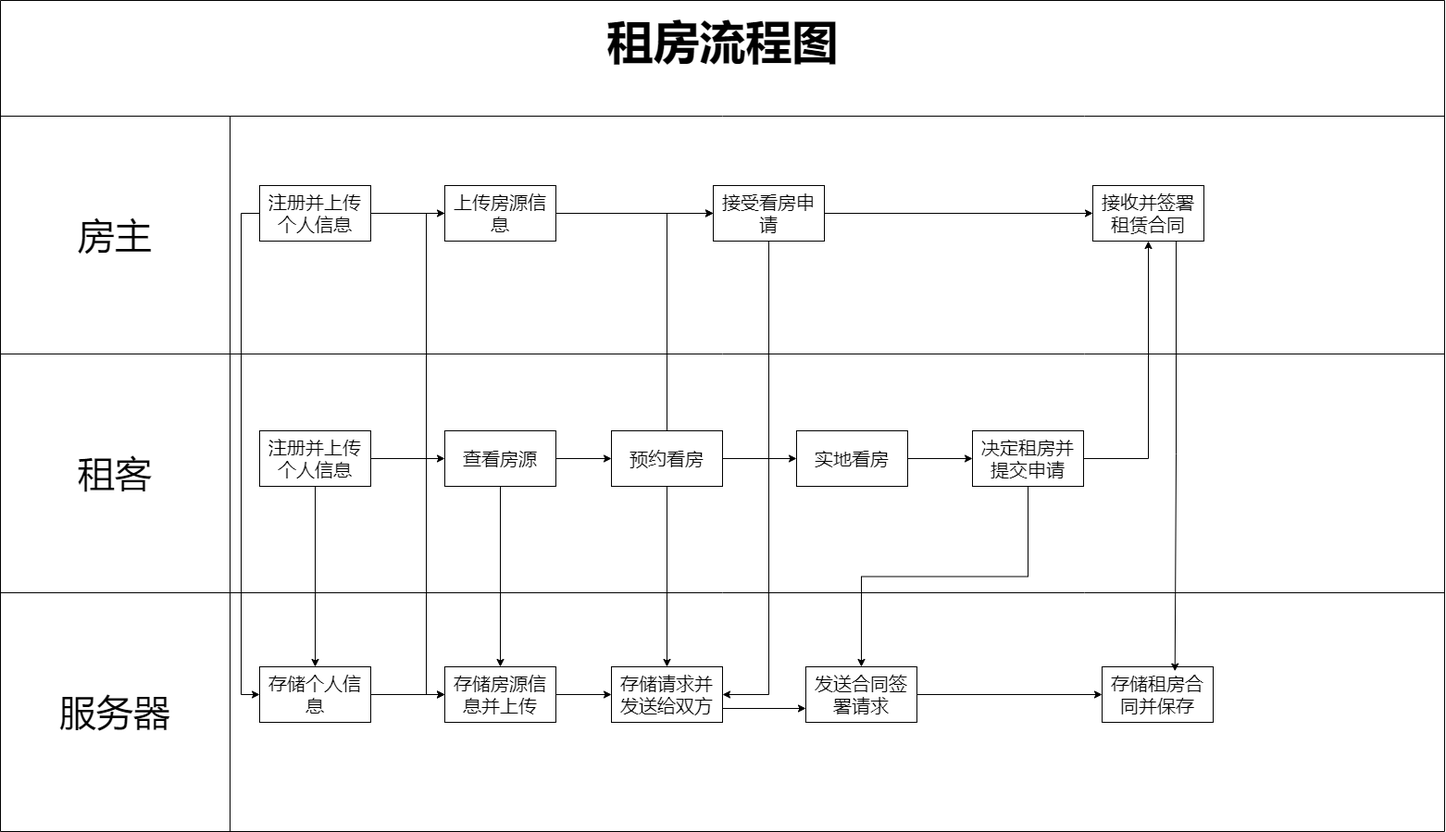
Before: Plans/租房流程图.png, a diagram exported from draw.io (1228785484/RentHouseThing). Source tidied: cells renumbered, new cells last; positions are measured from the earlier drawing's top-left corner, leaving out a move shared by most shapes.
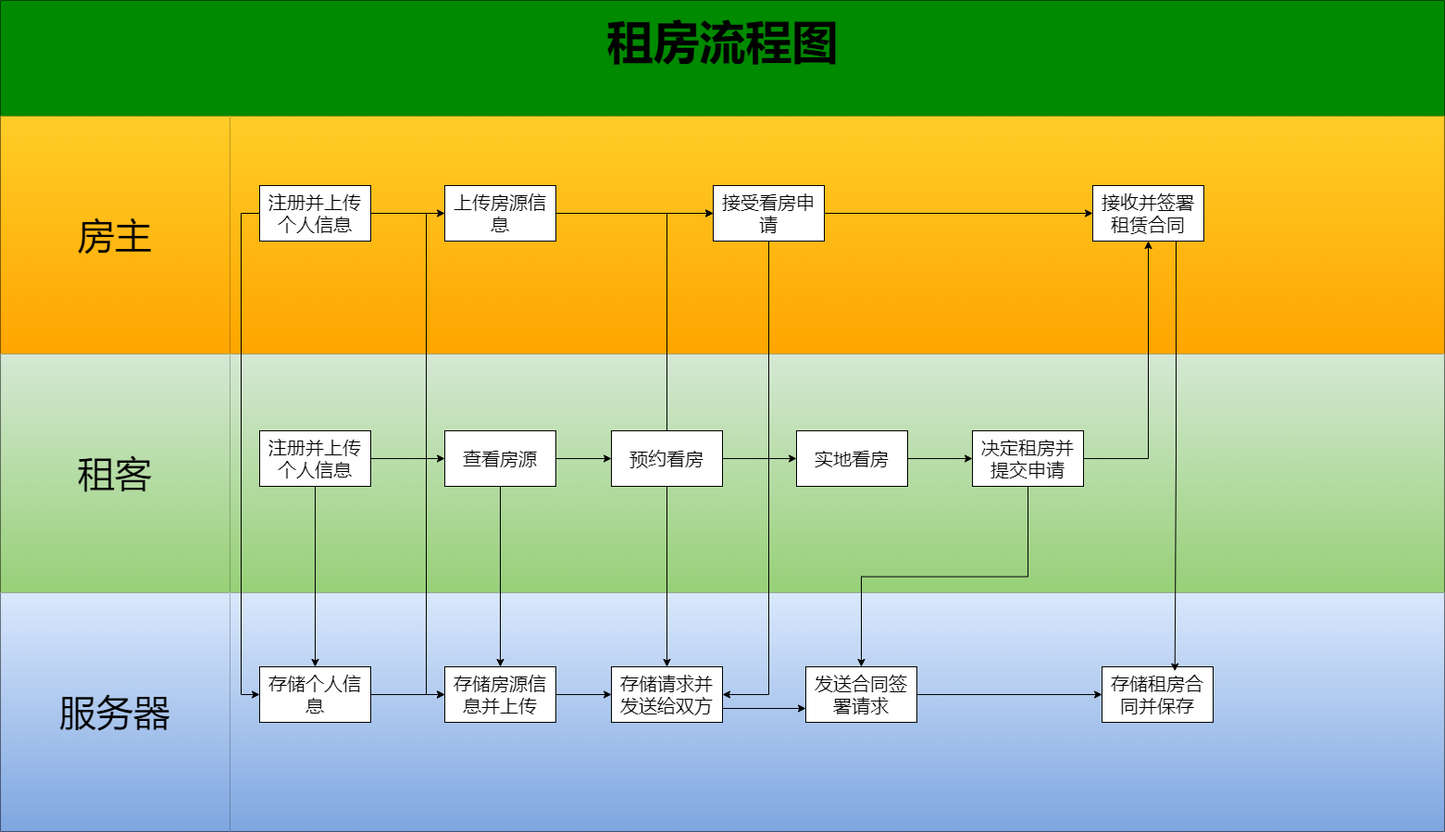
After the change.

Commit message:
租房流程图.png

The edit, as a diff of the source:
```diff
@@ -8,34 +8,34 @@
     <mxCell id="3" style="shape=tableRow;horizontal=0;startSize=0;swimlaneHead=0;swimlaneBody=0;strokeColor=inherit;top=0;left=0;bottom=0;right=0;fillColor=none;" parent="2" vertex="1">
       <mxGeometry width="1560" height="125" as="geometry" />
     </mxCell>
-    <mxCell id="4" style="shape=partialRectangle;html=1;whiteSpace=wrap;strokeColor=inherit;overflow=hidden;fillColor=none;top=0;left=0;bottom=0;right=0;rowspan=1;colspan=4;" parent="3" vertex="1">
+    <mxCell id="4" style="shape=partialRectangle;html=1;whiteSpace=wrap;strokeColor=#005700;overflow=hidden;fillColor=#008a00;top=0;left=0;bottom=0;right=0;rowspan=1;colspan=4;fontColor=#ffffff;" parent="3" vertex="1">
       <mxGeometry width="1560" height="125" as="geometry" />
     </mxCell>
     <mxCell id="5" style="shape=tableRow;horizontal=0;startSize=0;swimlaneHead=0;swimlaneBody=0;strokeColor=inherit;top=0;left=0;bottom=0;right=0;fillColor=none;" parent="2" vertex="1">
       <mxGeometry y="125" width="1560" height="257" as="geometry" />
     </mxCell>
-    <mxCell id="6" value="&lt;font style=&quot;font-size: 40px;&quot;&gt;房主&lt;/font&gt;" style="shape=partialRectangle;html=1;whiteSpace=wrap;strokeColor=inherit;overflow=hidden;fillColor=none;top=0;left=0;bottom=0;right=0;" parent="5" vertex="1">
+    <mxCell id="6" value="&lt;font style=&quot;font-size: 40px;&quot;&gt;房主&lt;/font&gt;" style="shape=partialRectangle;html=1;whiteSpace=wrap;strokeColor=#d79b00;overflow=hidden;fillColor=#ffcd28;top=0;left=0;bottom=0;right=0;gradientColor=#ffa500;" parent="5" vertex="1">
       <mxGeometry width="248" height="257" as="geometry" />
     </mxCell>
-    <mxCell id="7" style="shape=partialRectangle;html=1;whiteSpace=wrap;strokeColor=inherit;overflow=hidden;fillColor=none;top=0;left=0;bottom=0;right=0;rowspan=1;colspan=3;" parent="5" vertex="1">
+    <mxCell id="7" style="shape=partialRectangle;html=1;whiteSpace=wrap;strokeColor=#d79b00;overflow=hidden;fillColor=#ffcd28;top=0;left=0;bottom=0;right=0;rowspan=1;colspan=3;gradientColor=#ffa500;" parent="5" vertex="1">
       <mxGeometry x="248" width="1312" height="257" as="geometry" />
     </mxCell>
     <mxCell id="8" style="shape=tableRow;horizontal=0;startSize=0;swimlaneHead=0;swimlaneBody=0;strokeColor=inherit;top=0;left=0;bottom=0;right=0;fillColor=none;" parent="2" vertex="1">
       <mxGeometry y="382" width="1560" height="258" as="geometry" />
     </mxCell>
-    <mxCell id="9" value="&lt;font style=&quot;font-size: 40px;&quot;&gt;租客&lt;/font&gt;" style="shape=partialRectangle;html=1;whiteSpace=wrap;strokeColor=inherit;overflow=hidden;fillColor=none;top=0;left=0;bottom=0;right=0;" parent="8" vertex="1">
+    <mxCell id="9" value="&lt;font style=&quot;font-size: 40px;&quot;&gt;租客&lt;/font&gt;" style="shape=partialRectangle;html=1;whiteSpace=wrap;strokeColor=#82b366;overflow=hidden;fillColor=#d5e8d4;top=0;left=0;bottom=0;right=0;gradientColor=#97d077;" parent="8" vertex="1">
       <mxGeometry width="248" height="258" as="geometry" />
     </mxCell>
-    <mxCell id="10" style="shape=partialRectangle;html=1;whiteSpace=wrap;strokeColor=inherit;overflow=hidden;fillColor=none;top=0;left=0;bottom=0;right=0;rowspan=1;colspan=3;" parent="8" vertex="1">
+    <mxCell id="10" style="shape=partialRectangle;html=1;whiteSpace=wrap;strokeColor=#82b366;overflow=hidden;fillColor=#d5e8d4;top=0;left=0;bottom=0;right=0;rowspan=1;colspan=3;gradientColor=#97d077;" parent="8" vertex="1">
       <mxGeometry x="248" width="1312" height="258" as="geometry" />
     </mxCell>
     <mxCell id="11" style="shape=tableRow;horizontal=0;startSize=0;swimlaneHead=0;swimlaneBody=0;strokeColor=inherit;top=0;left=0;bottom=0;right=0;fillColor=none;" parent="2" vertex="1">
       <mxGeometry y="640" width="1560" height="258" as="geometry" />
     </mxCell>
-    <mxCell id="12" value="&lt;span style=&quot;font-size: 40px;&quot;&gt;服务器&lt;/span&gt;" style="shape=partialRectangle;html=1;whiteSpace=wrap;strokeColor=inherit;overflow=hidden;fillColor=none;top=0;left=0;bottom=0;right=0;" parent="11" vertex="1">
+    <mxCell id="12" value="&lt;span style=&quot;font-size: 40px;&quot;&gt;服务器&lt;/span&gt;" style="shape=partialRectangle;html=1;whiteSpace=wrap;strokeColor=#6c8ebf;overflow=hidden;fillColor=#dae8fc;top=0;left=0;bottom=0;right=0;gradientColor=#7ea6e0;" parent="11" vertex="1">
       <mxGeometry width="248" height="258" as="geometry" />
     </mxCell>
-    <mxCell id="13" style="shape=partialRectangle;html=1;whiteSpace=wrap;strokeColor=inherit;overflow=hidden;fillColor=none;top=0;left=0;bottom=0;right=0;rowspan=1;colspan=3;" parent="11" vertex="1">
+    <mxCell id="13" style="shape=partialRectangle;html=1;whiteSpace=wrap;strokeColor=#6c8ebf;overflow=hidden;fillColor=#dae8fc;top=0;left=0;bottom=0;right=0;rowspan=1;colspan=3;gradientColor=#7ea6e0;" parent="11" vertex="1">
       <mxGeometry x="248" width="1312" height="258" as="geometry" />
     </mxCell>
     <mxCell id="14" value="&lt;font style=&quot;font-size: 50px;&quot;&gt;租房流程图&lt;/font&gt;" style="text;strokeColor=none;fillColor=none;html=1;fontSize=24;fontStyle=1;verticalAlign=middle;align=center;" parent="1" vertex="1">
```
